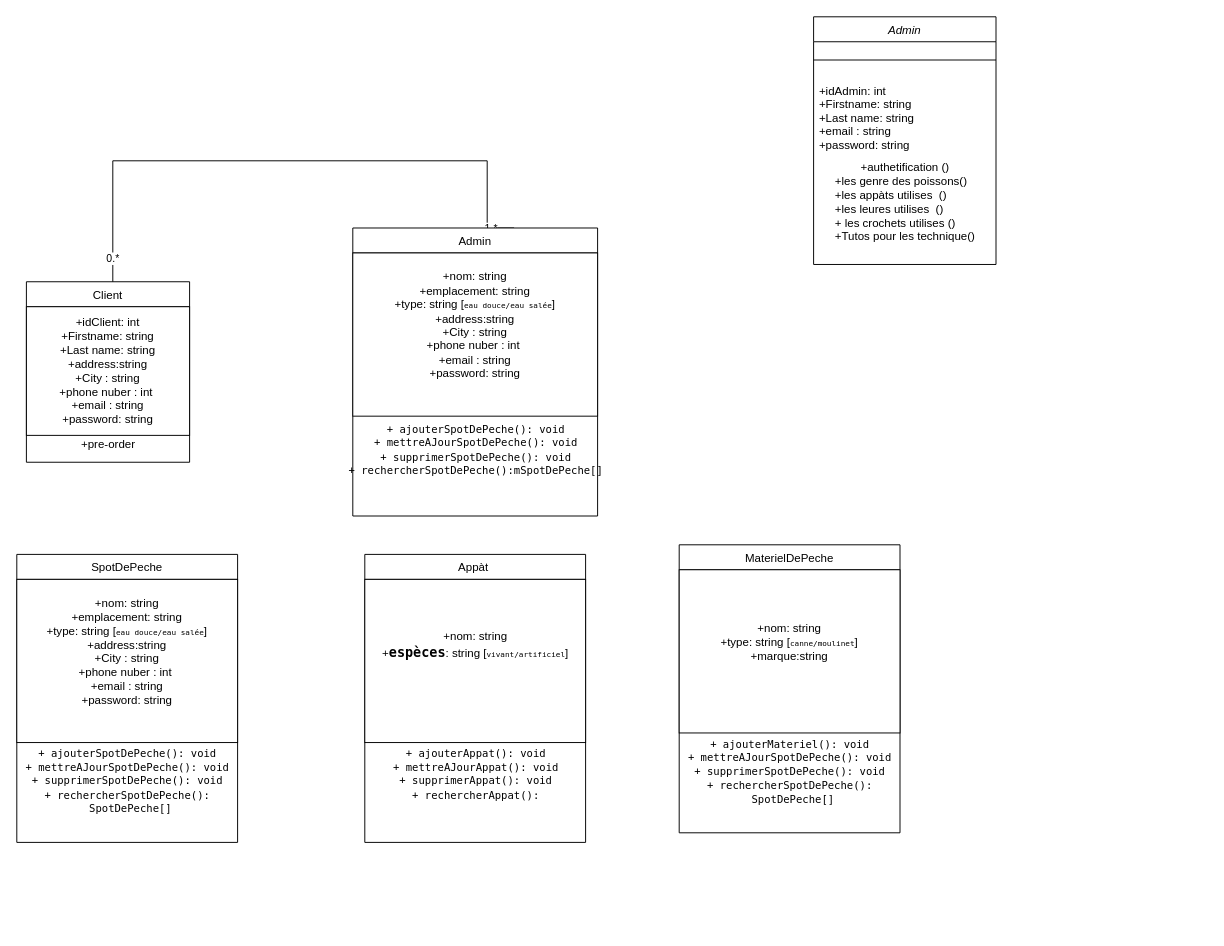
yassinexcv/Hunterhub keeps this draw.io diagram as Conception/Hunterhub.drawio. Above is the earlier version. Source tidied: cells renumbered, new cells numbered last; positions are measured from the earlier drawing's top-left corner, leaving out a move shared by most shapes. Both pictures are drawn from the tidied source at 96%, with x=0, y=0 at pixel (16, 16).
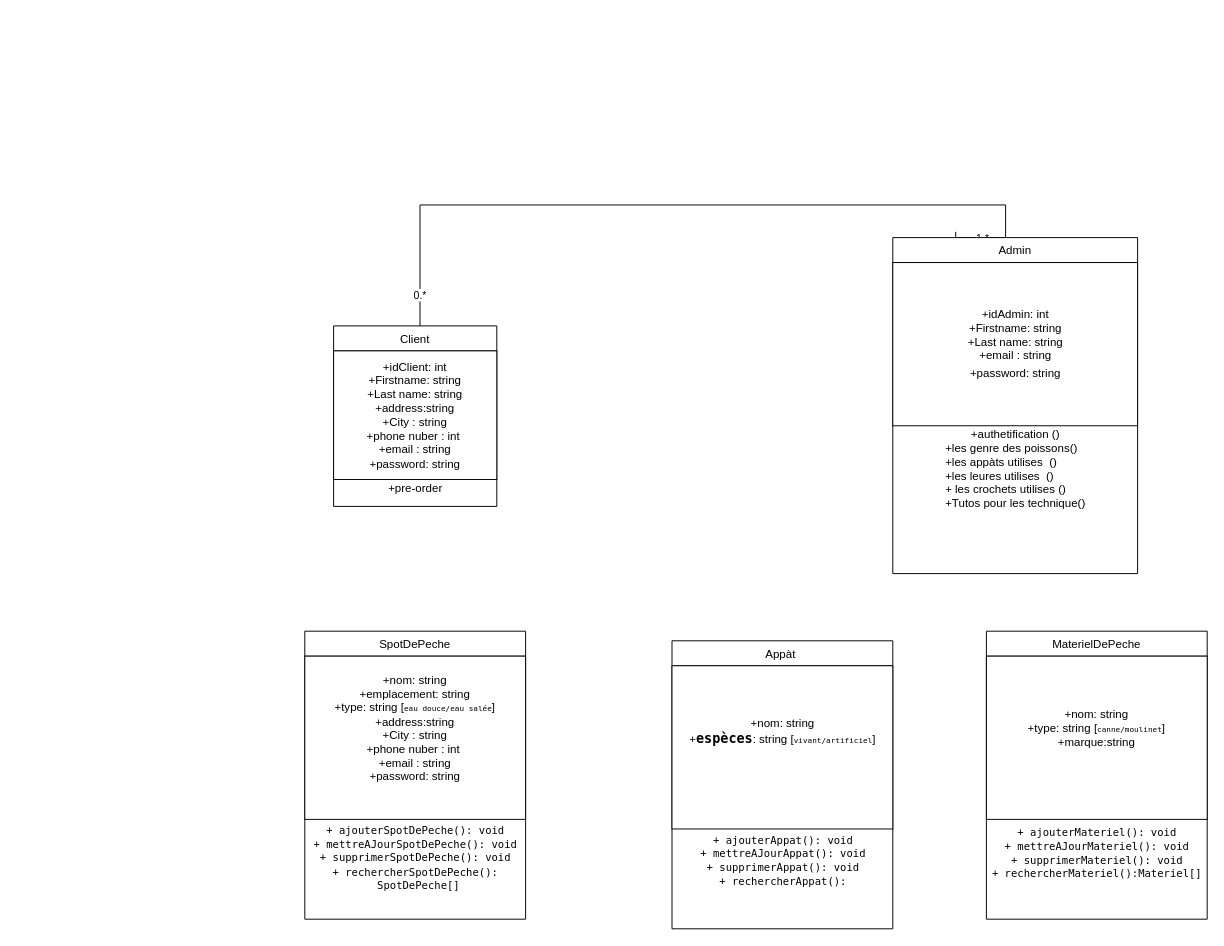
The same page after the edit.

The edit, as a diff of the source:
```diff
@@
-    <mxCell id="2" value="Admin" style="swimlane;fontStyle=2;align=center;verticalAlign=top;horizontal=1;startSize=26;rounded=0;shadow=0;strokeWidth=1;" parent="1" vertex="1">
-      <mxGeometry x="830" width="190" height="258" as="geometry" />
-    </mxCell>
-    <mxCell id="3" style="line;html=1;strokeWidth=1;align=left;verticalAlign=middle;spacingTop=-1;spacingLeft=3;spacingRight=3;labelPosition=right;" parent="2" vertex="1">
-      <mxGeometry y="26" width="190" height="38" as="geometry" />
-    </mxCell>
-    <mxCell id="4" value="+idAdmin: int&#10;+Firstname: string&#10;+Last name: string&#10;+email : string&#10;+password: string" style="text;align=left;verticalAlign=top;spacingLeft=4;spacingRight=4;overflow=hidden;rounded=0;shadow=0;html=0;" parent="2" vertex="1">
-      <mxGeometry y="64" width="190" height="84" as="geometry" />
-    </mxCell>
-    <mxCell id="5" value="+authetification ()&lt;br&gt;&lt;div style=&quot;text-align: left&quot;&gt;&lt;span&gt;+les genre des poissons()&lt;/span&gt;&lt;br&gt;&lt;/div&gt;&lt;div style=&quot;text-align: left&quot;&gt;+les appàts utilises&amp;nbsp; ()&amp;nbsp;&lt;/div&gt;&lt;div style=&quot;text-align: left&quot;&gt;+les leures utilises&amp;nbsp; ()&amp;nbsp;&lt;/div&gt;&lt;div style=&quot;text-align: left&quot;&gt;+ les crochets utilises ()&lt;/div&gt;&lt;div style=&quot;text-align: left&quot;&gt;+Tutos pour les technique()&lt;/div&gt;" style="text;html=1;align=center;verticalAlign=middle;strokeColor=none;fillColor=none;" parent="2" vertex="1">
-      <mxGeometry y="148" width="190" height="90" as="geometry" />
-    </mxCell>
     <mxCell id="6" value="Client" style="swimlane;fontStyle=0;align=center;verticalAlign=top;horizontal=1;startSize=26;rounded=0;shadow=0;strokeWidth=1;" parent="1" vertex="1">
-      <mxGeometry x="10" y="276" width="170" height="188" as="geometry" />
+      <mxGeometry x="330" y="322" width="170" height="188" as="geometry" />
     </mxCell>
@@
-    <mxCell id="9" style="edgeStyle=orthogonalEdgeStyle;rounded=0;jettySize=auto;html=1;endArrow=none;" parent="1" edge="1" target="6">
+    <mxCell id="9" style="edgeStyle=orthogonalEdgeStyle;rounded=0;jettySize=auto;html=1;endArrow=none;exitX=0.257;exitY=-0.017;exitDx=0;exitDy=0;exitPerimeter=0;" parent="1" edge="1" source="15" target="6">
       <mxGeometry relative="1" as="geometry">
-        <mxPoint x="518" y="220" as="sourcePoint" />
         <Array as="points">
-          <mxPoint x="490" y="220" />
-          <mxPoint x="490" y="150" />
-          <mxPoint x="100" y="150" />
+          <mxPoint x="978" y="230" />
+          <mxPoint x="1030" y="230" />
+          <mxPoint x="1030" y="196" />
+          <mxPoint x="420" y="196" />
         </Array>
       </mxGeometry>
     </mxCell>
@@
     <mxCell id="12" value="SpotDePeche" style="swimlane;fontStyle=0;align=center;verticalAlign=top;horizontal=1;startSize=26;rounded=0;shadow=0;strokeWidth=1;" parent="1" vertex="1">
-      <mxGeometry y="560" width="230" height="300" as="geometry" />
+      <mxGeometry x="300" y="640" width="230" height="300" as="geometry" />
     </mxCell>
@@
     <mxCell id="15" value="Admin" style="swimlane;fontStyle=0;align=center;verticalAlign=top;horizontal=1;startSize=26;rounded=0;shadow=0;strokeWidth=1;" parent="1" vertex="1">
-      <mxGeometry x="350" y="220" width="255" height="300" as="geometry" />
+      <mxGeometry x="912.5" y="230" width="255" height="350" as="geometry" />
     </mxCell>
-    <mxCell id="16" value="&lt;span style=&quot;text-align: left&quot;&gt;+nom: string&lt;/span&gt;&lt;br style=&quot;padding: 0px ; margin: 0px ; text-align: left&quot;&gt;&lt;span style=&quot;text-align: left&quot;&gt;+emplacement: string&lt;/span&gt;&lt;br style=&quot;padding: 0px ; margin: 0px ; text-align: left&quot;&gt;&lt;span style=&quot;text-align: left&quot;&gt;+type: string [&lt;/span&gt;&lt;span style=&quot;font-family: &amp;quot;söhne mono&amp;quot;, monaco, &amp;quot;andale mono&amp;quot;, &amp;quot;ubuntu mono&amp;quot;, monospace; text-align: left;&quot;&gt;&lt;font style=&quot;font-size: 8px&quot;&gt;eau douce/eau salée&lt;/font&gt;&lt;/span&gt;&lt;span style=&quot;text-align: left&quot;&gt;]&lt;br&gt;&lt;/span&gt;+address:string&lt;br&gt;+City : string&lt;br&gt;+phone nuber : int&amp;nbsp;&lt;br style=&quot;padding: 0px ; margin: 0px ; text-align: left&quot;&gt;&lt;span style=&quot;text-align: left&quot;&gt;+email : string&lt;/span&gt;&lt;br style=&quot;padding: 0px ; margin: 0px ; text-align: left&quot;&gt;&lt;span style=&quot;text-align: left&quot;&gt;+password: string&lt;br&gt;&lt;/span&gt;&lt;span style=&quot;color: rgb(55, 65, 81); font-size: 16px; text-align: left;&quot;&gt;&lt;br&gt;&lt;/span&gt;" style="whiteSpace=wrap;html=1;direction=south;labelBackgroundColor=none;" parent="15" vertex="1">
+    <mxCell id="16" value="&lt;span style=&quot;text-align: left&quot;&gt;+idAdmin: int&lt;/span&gt;&lt;br style=&quot;padding: 0px ; margin: 0px ; text-align: left&quot;&gt;&lt;span style=&quot;text-align: left&quot;&gt;+Firstname: string&lt;/span&gt;&lt;br style=&quot;padding: 0px ; margin: 0px ; text-align: left&quot;&gt;&lt;span style=&quot;text-align: left&quot;&gt;+Last name: string&lt;/span&gt;&lt;br style=&quot;padding: 0px ; margin: 0px ; text-align: left&quot;&gt;&lt;span style=&quot;text-align: left&quot;&gt;+email : string&lt;/span&gt;&lt;br style=&quot;padding: 0px ; margin: 0px ; text-align: left&quot;&gt;&lt;span style=&quot;text-align: left&quot;&gt;+password: string&lt;/span&gt;&lt;span style=&quot;color: rgb(55 , 65 , 81) ; font-size: 16px ; text-align: left&quot;&gt;&lt;br&gt;&lt;/span&gt;" style="whiteSpace=wrap;html=1;direction=south;labelBackgroundColor=none;" parent="15" vertex="1">
       <mxGeometry y="26" width="255" height="170" as="geometry" />
     </mxCell>
-    <mxCell id="17" value="&lt;font style=&quot;font-size: 11px&quot; color=&quot;#000000&quot;&gt;&lt;span class=&quot;hljs-addition&quot; style=&quot;border: 0px solid rgb(217 , 217 , 227) ; box-sizing: border-box ; font-family: &amp;#34;söhne mono&amp;#34; , &amp;#34;monaco&amp;#34; , &amp;#34;andale mono&amp;#34; , &amp;#34;ubuntu mono&amp;#34; , monospace ; text-align: left&quot;&gt;+ ajouterSpotDePeche(): void&lt;br&gt;&lt;/span&gt;&lt;span class=&quot;hljs-addition&quot; style=&quot;border: 0px solid rgb(217 , 217 , 227) ; box-sizing: border-box ; font-family: &amp;#34;söhne mono&amp;#34; , &amp;#34;monaco&amp;#34; , &amp;#34;andale mono&amp;#34; , &amp;#34;ubuntu mono&amp;#34; , monospace ; text-align: left&quot;&gt;+ mettreAJourSpotDePeche(): void&lt;br&gt;&lt;/span&gt;&lt;span class=&quot;hljs-addition&quot; style=&quot;border: 0px solid rgb(217 , 217 , 227) ; box-sizing: border-box ; font-family: &amp;#34;söhne mono&amp;#34; , &amp;#34;monaco&amp;#34; , &amp;#34;andale mono&amp;#34; , &amp;#34;ubuntu mono&amp;#34; , monospace ; text-align: left&quot;&gt;+ supprimerSpotDePeche(): void&lt;/span&gt;&lt;span style=&quot;font-family: &amp;#34;söhne mono&amp;#34; , &amp;#34;monaco&amp;#34; , &amp;#34;andale mono&amp;#34; , &amp;#34;ubuntu mono&amp;#34; , monospace ; text-align: left&quot;&gt;&lt;br&gt;&lt;/span&gt;&lt;span class=&quot;hljs-addition&quot; style=&quot;border: 0px solid rgb(217 , 217 , 227) ; box-sizing: border-box ; font-family: &amp;#34;söhne mono&amp;#34; , &amp;#34;monaco&amp;#34; , &amp;#34;andale mono&amp;#34; , &amp;#34;ubuntu mono&amp;#34; , monospace ; text-align: left&quot;&gt;+ rechercherSpotDePeche():mSpotDePeche[]&lt;/span&gt;&lt;/font&gt;" style="text;html=1;align=center;verticalAlign=middle;fontColor=#FFFFFF;labelBackgroundColor=none;" parent="15" vertex="1">
-      <mxGeometry y="196" width="255" height="70" as="geometry" />
+    <mxCell id="17" value="&lt;span style=&quot;color: rgb(0 , 0 , 0)&quot;&gt;+authetification ()&lt;/span&gt;&lt;br style=&quot;color: rgb(0 , 0 , 0)&quot;&gt;&lt;div style=&quot;color: rgb(0 , 0 , 0) ; text-align: left&quot;&gt;+les genre des poissons()&lt;br&gt;&lt;/div&gt;&lt;div style=&quot;color: rgb(0 , 0 , 0) ; text-align: left&quot;&gt;+les appàts utilises&amp;nbsp; ()&amp;nbsp;&lt;/div&gt;&lt;div style=&quot;color: rgb(0 , 0 , 0) ; text-align: left&quot;&gt;+les leures utilises&amp;nbsp; ()&amp;nbsp;&lt;/div&gt;&lt;div style=&quot;color: rgb(0 , 0 , 0) ; text-align: left&quot;&gt;+ les crochets utilises ()&lt;/div&gt;&lt;div style=&quot;color: rgb(0 , 0 , 0) ; text-align: left&quot;&gt;+Tutos pour les technique()&lt;/div&gt;" style="text;html=1;align=center;verticalAlign=middle;fontColor=#FFFFFF;labelBackgroundColor=none;" parent="15" vertex="1">
+      <mxGeometry y="196" width="255" height="90" as="geometry" />
     </mxCell>
     <mxCell id="18" value="Appàt " style="swimlane;fontStyle=0;align=center;verticalAlign=top;horizontal=1;startSize=26;rounded=0;shadow=0;strokeWidth=1;" parent="1" vertex="1">
-      <mxGeometry x="362.5" y="560" width="230" height="300" as="geometry" />
+      <mxGeometry x="682.5" y="650" width="230" height="300" as="geometry" />
     </mxCell>
@@
     <mxCell id="21" value="MaterielDePeche" style="swimlane;fontStyle=0;align=center;verticalAlign=top;horizontal=1;startSize=26;rounded=0;shadow=0;strokeWidth=1;" parent="1" vertex="1">
-      <mxGeometry x="690" y="550" width="230" height="300" as="geometry" />
+      <mxGeometry x="1010" y="640" width="230" height="300" as="geometry" />
     </mxCell>
@@
-    <mxCell id="23" value="&lt;font style=&quot;font-size: 11px&quot; color=&quot;#000000&quot;&gt;&lt;span class=&quot;hljs-addition&quot; style=&quot;border: 0px solid rgb(217 , 217 , 227) ; box-sizing: border-box ; font-family: &amp;#34;söhne mono&amp;#34; , &amp;#34;monaco&amp;#34; , &amp;#34;andale mono&amp;#34; , &amp;#34;ubuntu mono&amp;#34; , monospace ; text-align: left&quot;&gt;+ ajouterMateriel&lt;/span&gt;&lt;/font&gt;&lt;span style=&quot;color: rgb(0 , 0 , 0) ; font-family: &amp;#34;söhne mono&amp;#34; , &amp;#34;monaco&amp;#34; , &amp;#34;andale mono&amp;#34; , &amp;#34;ubuntu mono&amp;#34; , monospace ; font-size: 11px ; text-align: left&quot;&gt;(): void&lt;/span&gt;&lt;font style=&quot;font-size: 11px&quot; color=&quot;#000000&quot;&gt;&lt;span class=&quot;hljs-addition&quot; style=&quot;border: 0px solid rgb(217 , 217 , 227) ; box-sizing: border-box ; font-family: &amp;#34;söhne mono&amp;#34; , &amp;#34;monaco&amp;#34; , &amp;#34;andale mono&amp;#34; , &amp;#34;ubuntu mono&amp;#34; , monospace ; text-align: left&quot;&gt;&lt;br&gt;&lt;/span&gt;&lt;span class=&quot;hljs-addition&quot; style=&quot;border: 0px solid rgb(217 , 217 , 227) ; box-sizing: border-box ; font-family: &amp;#34;söhne mono&amp;#34; , &amp;#34;monaco&amp;#34; , &amp;#34;andale mono&amp;#34; , &amp;#34;ubuntu mono&amp;#34; , monospace ; text-align: left&quot;&gt;+ mettreAJourSpotDePeche(): void&lt;br&gt;&lt;/span&gt;&lt;span class=&quot;hljs-addition&quot; style=&quot;border: 0px solid rgb(217 , 217 , 227) ; box-sizing: border-box ; font-family: &amp;#34;söhne mono&amp;#34; , &amp;#34;monaco&amp;#34; , &amp;#34;andale mono&amp;#34; , &amp;#34;ubuntu mono&amp;#34; , monospace ; text-align: left&quot;&gt;+ supprimerSpotDePeche(): void&lt;/span&gt;&lt;span style=&quot;font-family: &amp;#34;söhne mono&amp;#34; , &amp;#34;monaco&amp;#34; , &amp;#34;andale mono&amp;#34; , &amp;#34;ubuntu mono&amp;#34; , monospace ; text-align: left&quot;&gt;&lt;br&gt;&lt;/span&gt;&lt;span class=&quot;hljs-addition&quot; style=&quot;border: 0px solid rgb(217 , 217 , 227) ; box-sizing: border-box ; font-family: &amp;#34;söhne mono&amp;#34; , &amp;#34;monaco&amp;#34; , &amp;#34;andale mono&amp;#34; , &amp;#34;ubuntu mono&amp;#34; , monospace ; text-align: left&quot;&gt;+ rechercherSpotDePeche():&lt;br&gt;&amp;nbsp;SpotDePeche[]&lt;/span&gt;&lt;/font&gt;" style="text;html=1;align=center;verticalAlign=middle;fontColor=#FFFFFF;labelBackgroundColor=none;" parent="21" vertex="1">
-      <mxGeometry y="196" width="230" height="80" as="geometry" />
+    <mxCell id="23" value="&lt;font style=&quot;font-size: 11px&quot; color=&quot;#000000&quot;&gt;&lt;span class=&quot;hljs-addition&quot; style=&quot;border: 0px solid rgb(217 , 217 , 227) ; box-sizing: border-box ; font-family: &amp;#34;söhne mono&amp;#34; , &amp;#34;monaco&amp;#34; , &amp;#34;andale mono&amp;#34; , &amp;#34;ubuntu mono&amp;#34; , monospace ; text-align: left&quot;&gt;+ ajouterMateriel&lt;/span&gt;&lt;/font&gt;&lt;span style=&quot;color: rgb(0 , 0 , 0) ; font-family: &amp;#34;söhne mono&amp;#34; , &amp;#34;monaco&amp;#34; , &amp;#34;andale mono&amp;#34; , &amp;#34;ubuntu mono&amp;#34; , monospace ; font-size: 11px ; text-align: left&quot;&gt;(): void&lt;/span&gt;&lt;font style=&quot;font-size: 11px&quot; color=&quot;#000000&quot;&gt;&lt;span class=&quot;hljs-addition&quot; style=&quot;border: 0px solid rgb(217 , 217 , 227) ; box-sizing: border-box ; font-family: &amp;#34;söhne mono&amp;#34; , &amp;#34;monaco&amp;#34; , &amp;#34;andale mono&amp;#34; , &amp;#34;ubuntu mono&amp;#34; , monospace ; text-align: left&quot;&gt;&lt;br&gt;&lt;/span&gt;&lt;span class=&quot;hljs-addition&quot; style=&quot;border: 0px solid rgb(217 , 217 , 227) ; box-sizing: border-box ; font-family: &amp;#34;söhne mono&amp;#34; , &amp;#34;monaco&amp;#34; , &amp;#34;andale mono&amp;#34; , &amp;#34;ubuntu mono&amp;#34; , monospace ; text-align: left&quot;&gt;+ mettreAJourMateriel(): void&lt;br&gt;&lt;/span&gt;&lt;span class=&quot;hljs-addition&quot; style=&quot;border: 0px solid rgb(217 , 217 , 227) ; box-sizing: border-box ; font-family: &amp;#34;söhne mono&amp;#34; , &amp;#34;monaco&amp;#34; , &amp;#34;andale mono&amp;#34; , &amp;#34;ubuntu mono&amp;#34; , monospace ; text-align: left&quot;&gt;+ supprimer&lt;/span&gt;&lt;/font&gt;&lt;span style=&quot;color: rgb(0 , 0 , 0) ; font-family: &amp;#34;söhne mono&amp;#34; , &amp;#34;monaco&amp;#34; , &amp;#34;andale mono&amp;#34; , &amp;#34;ubuntu mono&amp;#34; , monospace ; font-size: 11px ; text-align: left&quot;&gt;Materiel&lt;/span&gt;&lt;font style=&quot;font-size: 11px&quot; color=&quot;#000000&quot;&gt;&lt;span class=&quot;hljs-addition&quot; style=&quot;border: 0px solid rgb(217 , 217 , 227) ; box-sizing: border-box ; font-family: &amp;#34;söhne mono&amp;#34; , &amp;#34;monaco&amp;#34; , &amp;#34;andale mono&amp;#34; , &amp;#34;ubuntu mono&amp;#34; , monospace ; text-align: left&quot;&gt;(): void&lt;/span&gt;&lt;span style=&quot;font-family: &amp;#34;söhne mono&amp;#34; , &amp;#34;monaco&amp;#34; , &amp;#34;andale mono&amp;#34; , &amp;#34;ubuntu mono&amp;#34; , monospace ; text-align: left&quot;&gt;&lt;br&gt;&lt;/span&gt;&lt;span class=&quot;hljs-addition&quot; style=&quot;border: 0px solid rgb(217 , 217 , 227) ; box-sizing: border-box ; font-family: &amp;#34;söhne mono&amp;#34; , &amp;#34;monaco&amp;#34; , &amp;#34;andale mono&amp;#34; , &amp;#34;ubuntu mono&amp;#34; , monospace ; text-align: left&quot;&gt;+ rechercher&lt;/span&gt;&lt;/font&gt;&lt;span style=&quot;color: rgb(0 , 0 , 0) ; font-family: &amp;#34;söhne mono&amp;#34; , &amp;#34;monaco&amp;#34; , &amp;#34;andale mono&amp;#34; , &amp;#34;ubuntu mono&amp;#34; , monospace ; font-size: 11px ; text-align: left&quot;&gt;Materiel&lt;/span&gt;&lt;font style=&quot;font-size: 11px&quot; color=&quot;#000000&quot;&gt;&lt;span class=&quot;hljs-addition&quot; style=&quot;border: 0px solid rgb(217 , 217 , 227) ; box-sizing: border-box ; font-family: &amp;#34;söhne mono&amp;#34; , &amp;#34;monaco&amp;#34; , &amp;#34;andale mono&amp;#34; , &amp;#34;ubuntu mono&amp;#34; , monospace ; text-align: left&quot;&gt;():&lt;/span&gt;&lt;/font&gt;&lt;span style=&quot;color: rgb(0 , 0 , 0) ; font-family: &amp;#34;söhne mono&amp;#34; , &amp;#34;monaco&amp;#34; , &amp;#34;andale mono&amp;#34; , &amp;#34;ubuntu mono&amp;#34; , monospace ; font-size: 11px ; text-align: left&quot;&gt;Materiel&lt;/span&gt;&lt;font style=&quot;font-size: 11px&quot; color=&quot;#000000&quot;&gt;&lt;span class=&quot;hljs-addition&quot; style=&quot;border: 0px solid rgb(217 , 217 , 227) ; box-sizing: border-box ; font-family: &amp;#34;söhne mono&amp;#34; , &amp;#34;monaco&amp;#34; , &amp;#34;andale mono&amp;#34; , &amp;#34;ubuntu mono&amp;#34; , monospace ; text-align: left&quot;&gt;[]&lt;/span&gt;&lt;/font&gt;" style="text;html=1;align=center;verticalAlign=middle;fontColor=#FFFFFF;labelBackgroundColor=none;" parent="21" vertex="1">
+      <mxGeometry y="196" width="230" height="70" as="geometry" />
     </mxCell>
```
